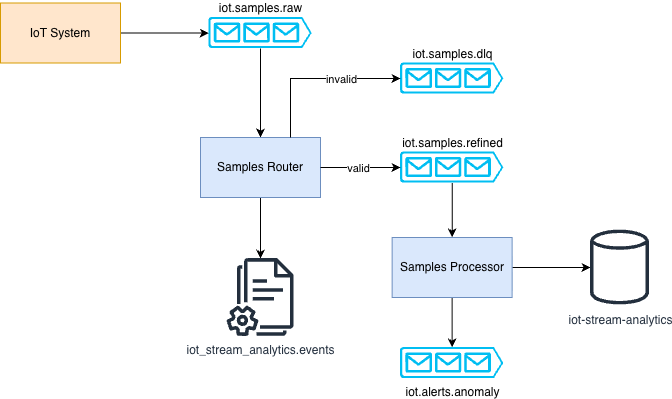
Earlier version of the draw.io export images/blueprint.png (russochecco/iot-stream-analytics). Source tidied: cells renumbered, new cells last; positions are measured from the earlier drawing's top-left corner, leaving out a move shared by most shapes.
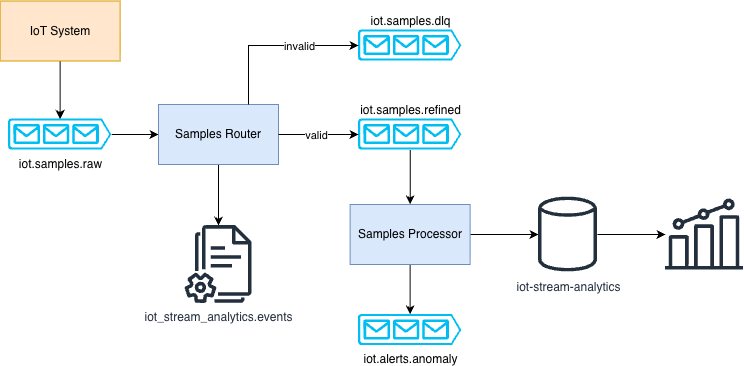
After the commit.

The edit, as a diff of the source:
```diff
@@ -2,7 +2,7 @@
   <root>
     <mxCell id="0" />
     <mxCell id="1" parent="0" />
-    <mxCell id="2" style="rounded=0;jettySize=auto;html=1;entryX=0;entryY=0.5;entryDx=0;entryDy=0;entryPerimeter=0;exitX=1;exitY=0.5;exitDx=0;exitDy=0;" parent="1" edge="1" source="15" target="8">
+    <mxCell id="2" style="rounded=0;jettySize=auto;html=1;entryX=0.5;entryY=0;entryDx=0;entryDy=0;entryPerimeter=0;exitX=0.5;exitY=1;exitDx=0;exitDy=0;" parent="1" edge="1" source="15" target="8">
       <mxGeometry relative="1" as="geometry" />
     </mxCell>
     <mxCell id="3" style="edgeStyle=orthogonalEdgeStyle;rounded=0;jettySize=auto;html=1;exitX=0.5;exitY=1;exitDx=0;exitDy=0;" parent="1" edge="1" source="14" target="4">
@@ -14,14 +14,17 @@
     <mxCell id="5" style="edgeStyle=orthogonalEdgeStyle;rounded=0;jettySize=auto;html=1;exitX=1;exitY=0.5;exitDx=0;exitDy=0;" parent="1" edge="1" source="16" target="6">
       <mxGeometry relative="1" as="geometry" />
     </mxCell>
+    <mxCell id="21" style="edgeStyle=orthogonalEdgeStyle;rounded=0;jettySize=auto;html=1;" parent="1" edge="1" source="6" target="22">
+      <mxGeometry relative="1" as="geometry" />
+    </mxCell>
     <mxCell id="6" value="&lt;div&gt;iot-stream-analytics&lt;/div&gt;" style="sketch=0;outlineConnect=0;fontColor=#232F3E;gradientColor=none;fillColor=#232F3D;strokeColor=none;dashed=0;verticalLabelPosition=bottom;verticalAlign=top;align=center;html=1;fontSize=12;fontStyle=0;shape=mxgraph.aws4.generic_database;points=[[0,0.25,0,0,0],[0,0.5,0,0,0],[0,0.75,0,0,0],[0.5,0,0,0,0],[1,0.25,0,0,0],[1,0.5,0,0,0],[1,0.75,0,0,0]];" parent="1" vertex="1">
-      <mxGeometry x="590" y="225" width="59" height="78" as="geometry" />
+      <mxGeometry x="580" y="225" width="59" height="78" as="geometry" />
     </mxCell>
-    <mxCell id="7" style="edgeStyle=orthogonalEdgeStyle;rounded=0;jettySize=auto;html=1;entryX=0.5;entryY=0;entryDx=0;entryDy=0;" parent="1" edge="1" source="8" target="14">
+    <mxCell id="7" style="edgeStyle=orthogonalEdgeStyle;rounded=0;jettySize=auto;html=1;entryX=0;entryY=0.5;entryDx=0;entryDy=0;" parent="1" edge="1" source="8" target="14">
       <mxGeometry relative="1" as="geometry" />
     </mxCell>
-    <mxCell id="8" value="iot.samples.raw" style="verticalLabelPosition=top;html=1;verticalAlign=bottom;align=center;strokeColor=none;fillColor=#00BEF2;shape=mxgraph.azure.queue_generic;autosizeText=0;fontSize=12;labelWidth=1;labelPosition=center;" parent="1" vertex="1">
-      <mxGeometry x="208.4" y="14" width="103.3" height="31" as="geometry" />
+    <mxCell id="8" value="iot.samples.raw" style="verticalLabelPosition=bottom;html=1;verticalAlign=top;align=center;strokeColor=none;fillColor=#00BEF2;shape=mxgraph.azure.queue_generic;autosizeText=0;fontSize=12;labelWidth=1;labelPosition=center;" parent="1" vertex="1">
+      <mxGeometry x="50" y="148.5" width="103.3" height="31" as="geometry" />
     </mxCell>
     <mxCell id="9" value="&lt;div style=&quot;&quot;&gt;iot.samples.dlq&lt;/div&gt;" style="verticalLabelPosition=top;html=1;verticalAlign=bottom;align=center;strokeColor=none;fillColor=#00BEF2;shape=mxgraph.azure.queue_generic;labelPosition=center;" parent="1" vertex="1">
       <mxGeometry x="400" y="59.5" width="103.3" height="31" as="geometry" />
@@ -42,7 +45,7 @@
       <mxGeometry x="200" y="134" width="120" height="60" as="geometry" />
     </mxCell>
     <mxCell id="15" value="IoT System" style="rounded=0;whiteSpace=wrap;html=1;fillColor=#ffe6cc;strokeColor=#d79b00;" parent="1" vertex="1">
-      <mxGeometry y="-0.5" width="120" height="60" as="geometry" />
+      <mxGeometry x="41.6" y="30.5" width="120" height="60" as="geometry" />
     </mxCell>
     <mxCell id="16" value="Samples Processor" style="rounded=0;whiteSpace=wrap;html=1;fillColor=#dae8fc;strokeColor=#6c8ebf;" parent="1" vertex="1">
       <mxGeometry x="391.6" y="234" width="120" height="60" as="geometry" />
@@ -61,5 +64,8 @@
         <mxPoint y="-1" as="offset" />
       </mxGeometry>
     </mxCell>
+    <mxCell id="22" style="sketch=0;outlineConnect=0;fontColor=#232F3E;gradientColor=none;fillColor=#232F3D;strokeColor=none;dashed=0;verticalLabelPosition=bottom;verticalAlign=top;align=center;html=1;fontSize=12;fontStyle=0;shape=mxgraph.aws4.metrics;" parent="1" vertex="1">
+      <mxGeometry x="707" y="228.5" width="78" height="71" as="geometry" />
+    </mxCell>
   </root>
 </mxGraphModel>
```
